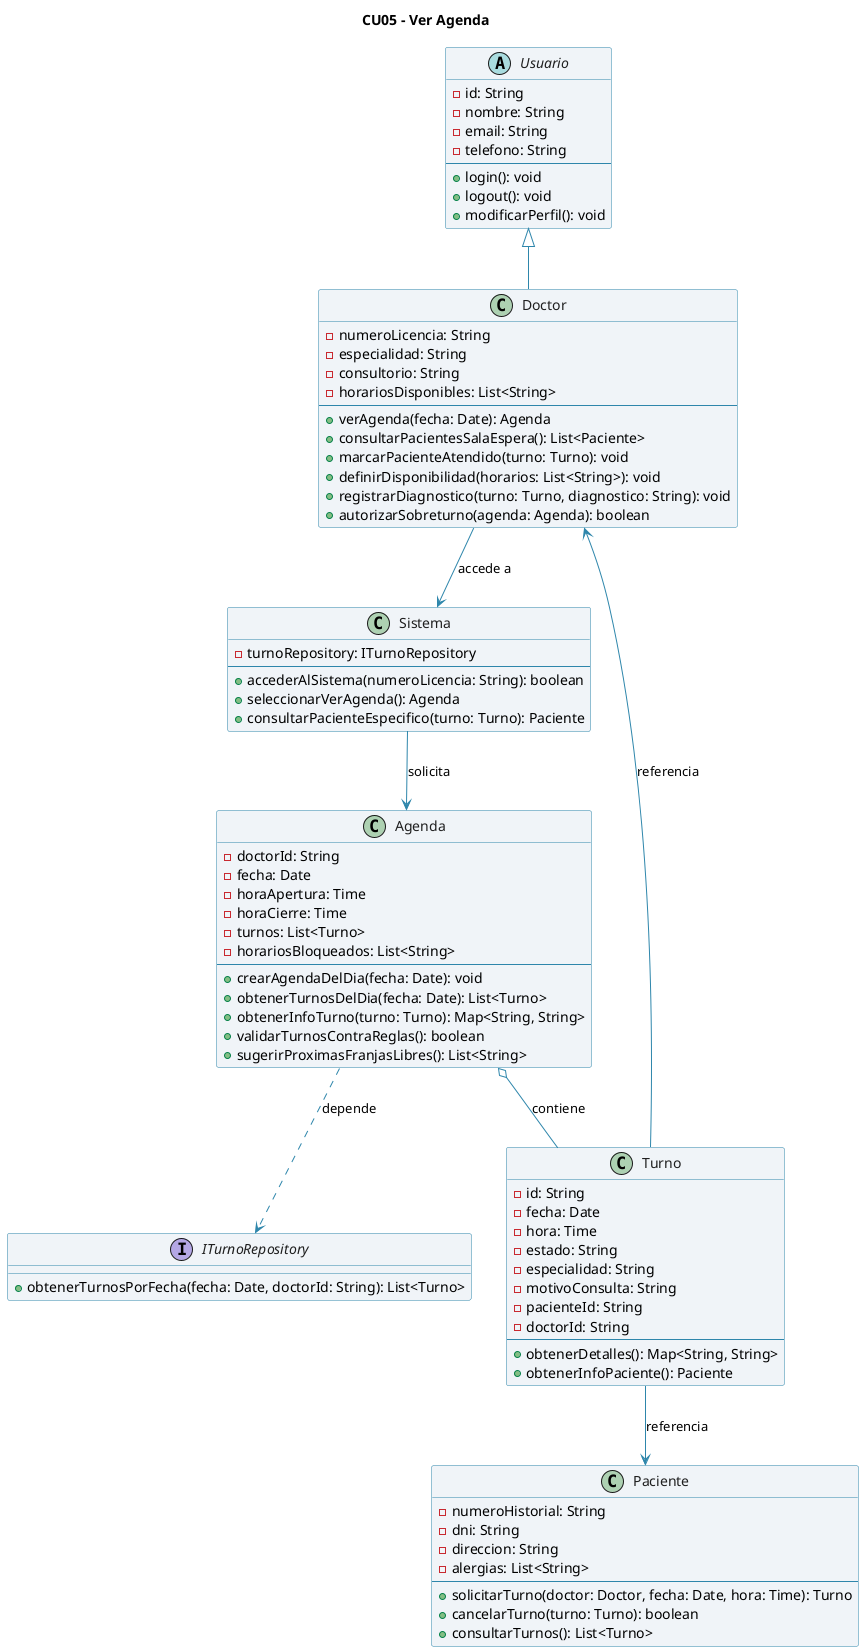
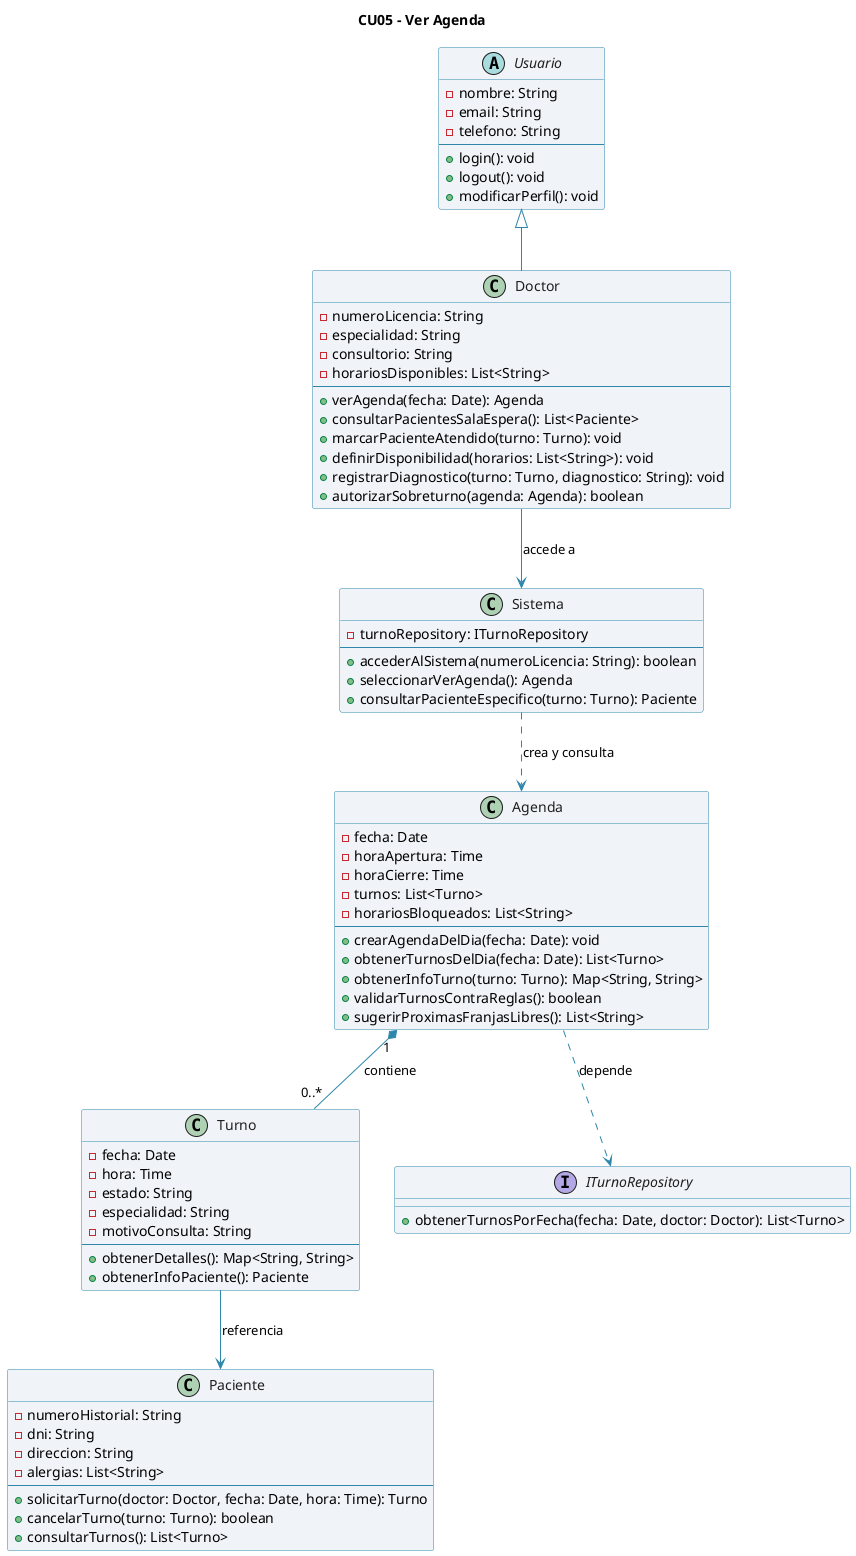
@startuml

title CU05 - Ver Agenda

skinparam class {
    BackgroundColor #F0F4F8
    BorderColor #2E86AB
    ArrowColor #2E86AB
    FontColor #1F1F1F
}

abstract class Usuario {
-     - id: String
    - nombre: String
    - email: String
    - telefono: String
    ---
    + login(): void
    + logout(): void
    + modificarPerfil(): void
}

class Doctor {
    - numeroLicencia: String
    - especialidad: String
    - consultorio: String
    - horariosDisponibles: List<String>
    ---
    + verAgenda(fecha: Date): Agenda
    + consultarPacientesSalaEspera(): List<Paciente>
    + marcarPacienteAtendido(turno: Turno): void
    + definirDisponibilidad(horarios: List<String>): void
    + registrarDiagnostico(turno: Turno, diagnostico: String): void
    + autorizarSobreturno(agenda: Agenda): boolean
}

class Agenda {
-     - doctorId: String
    - fecha: Date
    - horaApertura: Time
    - horaCierre: Time
    - turnos: List<Turno>
    - horariosBloqueados: List<String>
    ---
    + crearAgendaDelDia(fecha: Date): void
    + obtenerTurnosDelDia(fecha: Date): List<Turno>
    + obtenerInfoTurno(turno: Turno): Map<String, String>
    + validarTurnosContraReglas(): boolean
    + sugerirProximasFranjasLibres(): List<String>
}

class Turno {
-     - id: String
    - fecha: Date
    - hora: Time
    - estado: String
    - especialidad: String
    - motivoConsulta: String
-     - pacienteId: String
-     - doctorId: String
    ---
    + obtenerDetalles(): Map<String, String>
    + obtenerInfoPaciente(): Paciente
}

class Paciente {
    - numeroHistorial: String
    - dni: String
    - direccion: String
    - alergias: List<String>
    ---
    + solicitarTurno(doctor: Doctor, fecha: Date, hora: Time): Turno
    + cancelarTurno(turno: Turno): boolean
    + consultarTurnos(): List<Turno>
}

interface ITurnoRepository {
-     + obtenerTurnosPorFecha(fecha: Date, doctorId: String): List<Turno>
+     + obtenerTurnosPorFecha(fecha: Date, doctor: Doctor): List<Turno>
}

class Sistema {
    - turnoRepository: ITurnoRepository
    ---
    + accederAlSistema(numeroLicencia: String): boolean
    + seleccionarVerAgenda(): Agenda
    + consultarPacienteEspecifico(turno: Turno): Paciente
}

Usuario <|-- Doctor

Doctor --> Sistema : accede a
- Sistema --> Agenda : solicita
- Agenda o-- Turno : contiene
+ Sistema ..> Agenda : crea y consulta
+ Agenda "1" *-- "0..*" Turno : contiene
Agenda ..> ITurnoRepository : depende
Turno --> Paciente : referencia
- Turno --> Doctor : referencia

@enduml
